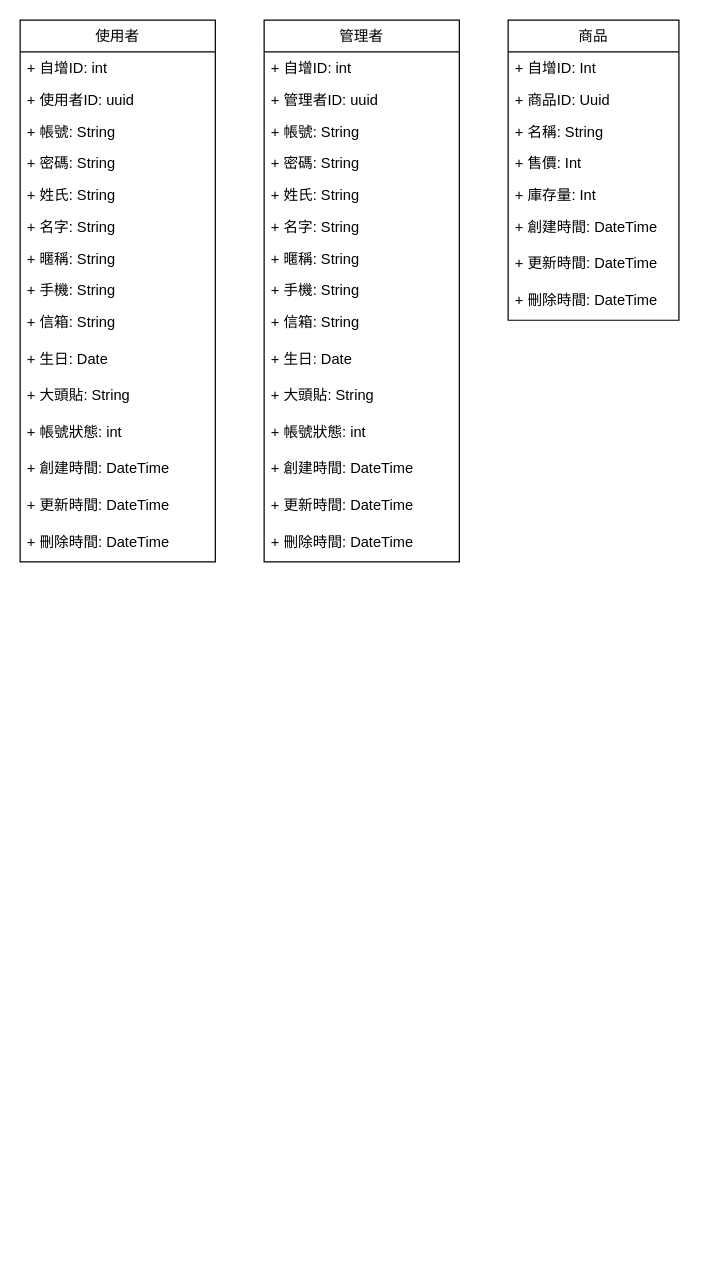
Before: Document/AK49.drawio in kurt6783/AK49-Shop, a draw.io diagram. Source tidied: cells renumbered, new cells numbered last; positions are measured from the earlier drawing's top-left corner, leaving out a move shared by most shapes. Both pictures are drawn from the tidied source at 122%, with x=0, y=0 at pixel (20, 20).
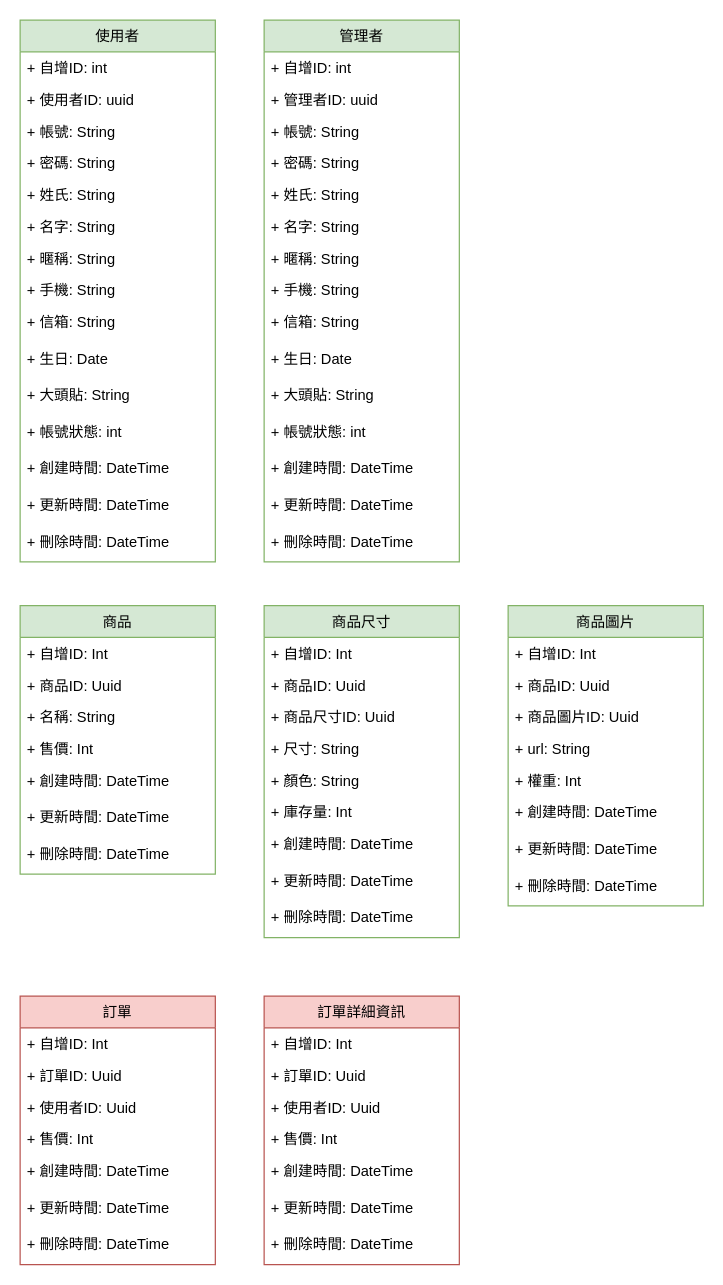
Above is the later version.

Commit message:
設計完成＝綠色 設計未完成＝紅色 設計有疑慮需討論＝黃色

Diff of the diagram source:
```diff
@@
-    <mxCell id="2" value="使用者" style="swimlane;fontStyle=0;horizontal=1;startSize=26;fillColor=none;" parent="1" vertex="1">
+    <mxCell id="2" value="使用者" style="swimlane;fontStyle=0;horizontal=1;startSize=26;fillColor=#d5e8d4;strokeColor=#82b366;" parent="1" vertex="1">
       <mxGeometry width="160" height="444" as="geometry" />
     </mxCell>
@@
-    <mxCell id="18" value="商品" style="swimlane;fontStyle=0;horizontal=1;startSize=26;fillColor=none;" parent="1" vertex="1">
-      <mxGeometry x="400" width="140" height="246" as="geometry" />
+    <mxCell id="18" value="商品" style="swimlane;fontStyle=0;horizontal=1;startSize=26;fillColor=#d5e8d4;strokeColor=#82b366;" parent="1" vertex="1">
+      <mxGeometry y="480" width="160" height="220" as="geometry" />
     </mxCell>
     <mxCell id="19" value="+ 自增ID: Int" style="text;strokeColor=none;fillColor=none;align=left;verticalAlign=top;spacingLeft=4;spacingRight=4;overflow=hidden;" parent="18" vertex="1">
-      <mxGeometry y="26" width="140" height="26" as="geometry" />
+      <mxGeometry y="26" width="160" height="26" as="geometry" />
     </mxCell>
     <mxCell id="20" value="+ 商品ID: Uuid" style="text;strokeColor=none;fillColor=none;align=left;verticalAlign=top;spacingLeft=4;spacingRight=4;overflow=hidden;" parent="18" vertex="1">
-      <mxGeometry y="52" width="140" height="26" as="geometry" />
+      <mxGeometry y="52" width="160" height="26" as="geometry" />
     </mxCell>
     <mxCell id="21" value="+ 名稱: String" style="text;strokeColor=none;fillColor=none;align=left;verticalAlign=top;spacingLeft=4;spacingRight=4;overflow=hidden;" parent="18" vertex="1">
-      <mxGeometry y="78" width="140" height="26" as="geometry" />
+      <mxGeometry y="78" width="160" height="26" as="geometry" />
     </mxCell>
     <mxCell id="22" value="+ 售價: Int" style="text;strokeColor=none;fillColor=none;align=left;verticalAlign=top;spacingLeft=4;spacingRight=4;overflow=hidden;" parent="18" vertex="1">
-      <mxGeometry y="104" width="140" height="26" as="geometry" />
+      <mxGeometry y="104" width="160" height="26" as="geometry" />
     </mxCell>
-    <mxCell id="23" value="+ 庫存量: Int" style="text;strokeColor=none;fillColor=none;align=left;verticalAlign=top;spacingLeft=4;spacingRight=4;overflow=hidden;" parent="18" vertex="1">
-      <mxGeometry y="130" width="140" height="26" as="geometry" />
-    </mxCell>
     <mxCell id="24" value="+ 創建時間: DateTime" style="text;strokeColor=none;fillColor=none;align=left;verticalAlign=top;spacingLeft=4;spacingRight=4;overflow=hidden;" parent="18" vertex="1">
-      <mxGeometry y="156" width="140" height="30" as="geometry" />
+      <mxGeometry y="130" width="160" height="30" as="geometry" />
     </mxCell>
     <mxCell id="25" value="+ 更新時間: DateTime" style="text;strokeColor=none;fillColor=none;align=left;verticalAlign=top;spacingLeft=4;spacingRight=4;overflow=hidden;" parent="18" vertex="1">
-      <mxGeometry y="186" width="140" height="30" as="geometry" />
+      <mxGeometry y="160" width="160" height="30" as="geometry" />
     </mxCell>
     <mxCell id="26" value="+ 刪除時間: DateTime" style="text;strokeColor=none;fillColor=none;align=left;verticalAlign=top;spacingLeft=4;spacingRight=4;overflow=hidden;" parent="18" vertex="1">
-      <mxGeometry y="216" width="140" height="30" as="geometry" />
+      <mxGeometry y="190" width="160" height="30" as="geometry" />
     </mxCell>
-    <mxCell id="27" value="管理者" style="swimlane;fontStyle=0;horizontal=1;startSize=26;fillColor=none;" parent="1" vertex="1">
+    <mxCell id="27" value="管理者" style="swimlane;fontStyle=0;horizontal=1;startSize=26;fillColor=#d5e8d4;strokeColor=#82b366;" parent="1" vertex="1">
       <mxGeometry x="200" width="160" height="444" as="geometry" />
     </mxCell>
@@
+    <mxCell id="43" value="商品尺寸" style="swimlane;fontStyle=0;horizontal=1;startSize=26;fillColor=#d5e8d4;strokeColor=#82b366;" parent="1" vertex="1">
+      <mxGeometry x="200" y="480" width="160" height="272" as="geometry" />
+    </mxCell>
+    <mxCell id="44" value="+ 自增ID: Int" style="text;strokeColor=none;fillColor=none;align=left;verticalAlign=top;spacingLeft=4;spacingRight=4;overflow=hidden;" parent="43" vertex="1">
+      <mxGeometry y="26" width="160" height="26" as="geometry" />
+    </mxCell>
+    <mxCell id="45" value="+ 商品ID: Uuid" style="text;strokeColor=none;fillColor=none;align=left;verticalAlign=top;spacingLeft=4;spacingRight=4;overflow=hidden;" parent="43" vertex="1">
+      <mxGeometry y="52" width="160" height="26" as="geometry" />
+    </mxCell>
+    <mxCell id="46" value="+ 商品尺寸ID: Uuid" style="text;strokeColor=none;fillColor=none;align=left;verticalAlign=top;spacingLeft=4;spacingRight=4;overflow=hidden;" parent="43" vertex="1">
+      <mxGeometry y="78" width="160" height="26" as="geometry" />
+    </mxCell>
+    <mxCell id="47" value="+ 尺寸: String" style="text;strokeColor=none;fillColor=none;align=left;verticalAlign=top;spacingLeft=4;spacingRight=4;overflow=hidden;" parent="43" vertex="1">
+      <mxGeometry y="104" width="160" height="26" as="geometry" />
+    </mxCell>
+    <mxCell id="48" value="+ 顏色: String" style="text;strokeColor=none;fillColor=none;align=left;verticalAlign=top;spacingLeft=4;spacingRight=4;overflow=hidden;" parent="43" vertex="1">
+      <mxGeometry y="130" width="160" height="26" as="geometry" />
+    </mxCell>
+    <mxCell id="23" value="+ 庫存量: Int" style="text;strokeColor=none;fillColor=none;align=left;verticalAlign=top;spacingLeft=4;spacingRight=4;overflow=hidden;" parent="43" vertex="1">
+      <mxGeometry y="156" width="160" height="26" as="geometry" />
+    </mxCell>
+    <mxCell id="49" value="+ 創建時間: DateTime" style="text;strokeColor=none;fillColor=none;align=left;verticalAlign=top;spacingLeft=4;spacingRight=4;overflow=hidden;" parent="43" vertex="1">
+      <mxGeometry y="182" width="160" height="30" as="geometry" />
+    </mxCell>
+    <mxCell id="50" value="+ 更新時間: DateTime" style="text;strokeColor=none;fillColor=none;align=left;verticalAlign=top;spacingLeft=4;spacingRight=4;overflow=hidden;" parent="43" vertex="1">
+      <mxGeometry y="212" width="160" height="30" as="geometry" />
+    </mxCell>
+    <mxCell id="51" value="+ 刪除時間: DateTime" style="text;strokeColor=none;fillColor=none;align=left;verticalAlign=top;spacingLeft=4;spacingRight=4;overflow=hidden;" parent="43" vertex="1">
+      <mxGeometry y="242" width="160" height="30" as="geometry" />
+    </mxCell>
+    <mxCell id="52" value="商品圖片" style="swimlane;fontStyle=0;horizontal=1;startSize=26;fillColor=#d5e8d4;strokeColor=#82b366;" parent="1" vertex="1">
+      <mxGeometry x="400" y="480" width="160" height="246" as="geometry" />
+    </mxCell>
+    <mxCell id="53" value="+ 自增ID: Int" style="text;strokeColor=none;fillColor=none;align=left;verticalAlign=top;spacingLeft=4;spacingRight=4;overflow=hidden;" parent="52" vertex="1">
+      <mxGeometry y="26" width="160" height="26" as="geometry" />
+    </mxCell>
+    <mxCell id="54" value="+ 商品ID: Uuid" style="text;strokeColor=none;fillColor=none;align=left;verticalAlign=top;spacingLeft=4;spacingRight=4;overflow=hidden;" parent="52" vertex="1">
+      <mxGeometry y="52" width="160" height="26" as="geometry" />
+    </mxCell>
+    <mxCell id="55" value="+ 商品圖片ID: Uuid" style="text;strokeColor=none;fillColor=none;align=left;verticalAlign=top;spacingLeft=4;spacingRight=4;overflow=hidden;" parent="52" vertex="1">
+      <mxGeometry y="78" width="160" height="26" as="geometry" />
+    </mxCell>
+    <mxCell id="56" value="+ url: String" style="text;strokeColor=none;fillColor=none;align=left;verticalAlign=top;spacingLeft=4;spacingRight=4;overflow=hidden;" parent="52" vertex="1">
+      <mxGeometry y="104" width="160" height="26" as="geometry" />
+    </mxCell>
+    <mxCell id="57" value="+ 權重: Int" style="text;strokeColor=none;fillColor=none;align=left;verticalAlign=top;spacingLeft=4;spacingRight=4;overflow=hidden;" parent="52" vertex="1">
+      <mxGeometry y="130" width="160" height="26" as="geometry" />
+    </mxCell>
+    <mxCell id="58" value="+ 創建時間: DateTime" style="text;strokeColor=none;fillColor=none;align=left;verticalAlign=top;spacingLeft=4;spacingRight=4;overflow=hidden;" parent="52" vertex="1">
+      <mxGeometry y="156" width="160" height="30" as="geometry" />
+    </mxCell>
+    <mxCell id="59" value="+ 更新時間: DateTime" style="text;strokeColor=none;fillColor=none;align=left;verticalAlign=top;spacingLeft=4;spacingRight=4;overflow=hidden;" parent="52" vertex="1">
+      <mxGeometry y="186" width="160" height="30" as="geometry" />
+    </mxCell>
+    <mxCell id="60" value="+ 刪除時間: DateTime" style="text;strokeColor=none;fillColor=none;align=left;verticalAlign=top;spacingLeft=4;spacingRight=4;overflow=hidden;" parent="52" vertex="1">
+      <mxGeometry y="216" width="160" height="30" as="geometry" />
+    </mxCell>
+    <mxCell id="61" value="訂單" style="swimlane;fontStyle=0;horizontal=1;startSize=26;fillColor=#f8cecc;strokeColor=#b85450;" parent="1" vertex="1">
+      <mxGeometry y="800" width="160" height="220" as="geometry" />
+    </mxCell>
+    <mxCell id="62" value="+ 自增ID: Int" style="text;strokeColor=none;fillColor=none;align=left;verticalAlign=top;spacingLeft=4;spacingRight=4;overflow=hidden;" parent="61" vertex="1">
+      <mxGeometry y="26" width="160" height="26" as="geometry" />
+    </mxCell>
+    <mxCell id="63" value="+ 訂單ID: Uuid" style="text;strokeColor=none;fillColor=none;align=left;verticalAlign=top;spacingLeft=4;spacingRight=4;overflow=hidden;" parent="61" vertex="1">
+      <mxGeometry y="52" width="160" height="26" as="geometry" />
+    </mxCell>
+    <mxCell id="64" value="+ 使用者ID: Uuid" style="text;strokeColor=none;fillColor=none;align=left;verticalAlign=top;spacingLeft=4;spacingRight=4;overflow=hidden;" parent="61" vertex="1">
+      <mxGeometry y="78" width="160" height="26" as="geometry" />
+    </mxCell>
+    <mxCell id="65" value="+ 售價: Int" style="text;strokeColor=none;fillColor=none;align=left;verticalAlign=top;spacingLeft=4;spacingRight=4;overflow=hidden;" parent="61" vertex="1">
+      <mxGeometry y="104" width="160" height="26" as="geometry" />
+    </mxCell>
+    <mxCell id="66" value="+ 創建時間: DateTime" style="text;strokeColor=none;fillColor=none;align=left;verticalAlign=top;spacingLeft=4;spacingRight=4;overflow=hidden;" parent="61" vertex="1">
+      <mxGeometry y="130" width="160" height="30" as="geometry" />
+    </mxCell>
+    <mxCell id="67" value="+ 更新時間: DateTime" style="text;strokeColor=none;fillColor=none;align=left;verticalAlign=top;spacingLeft=4;spacingRight=4;overflow=hidden;" parent="61" vertex="1">
+      <mxGeometry y="160" width="160" height="30" as="geometry" />
+    </mxCell>
+    <mxCell id="68" value="+ 刪除時間: DateTime" style="text;strokeColor=none;fillColor=none;align=left;verticalAlign=top;spacingLeft=4;spacingRight=4;overflow=hidden;" parent="61" vertex="1">
+      <mxGeometry y="190" width="160" height="30" as="geometry" />
+    </mxCell>
+    <mxCell id="69" value="訂單詳細資訊" style="swimlane;fontStyle=0;horizontal=1;startSize=26;fillColor=#f8cecc;strokeColor=#b85450;" parent="1" vertex="1">
+      <mxGeometry x="200" y="800" width="160" height="220" as="geometry" />
+    </mxCell>
+    <mxCell id="70" value="+ 自增ID: Int" style="text;strokeColor=none;fillColor=none;align=left;verticalAlign=top;spacingLeft=4;spacingRight=4;overflow=hidden;" parent="69" vertex="1">
+      <mxGeometry y="26" width="160" height="26" as="geometry" />
+    </mxCell>
+    <mxCell id="71" value="+ 訂單ID: Uuid" style="text;strokeColor=none;fillColor=none;align=left;verticalAlign=top;spacingLeft=4;spacingRight=4;overflow=hidden;" parent="69" vertex="1">
+      <mxGeometry y="52" width="160" height="26" as="geometry" />
+    </mxCell>
+    <mxCell id="72" value="+ 使用者ID: Uuid" style="text;strokeColor=none;fillColor=none;align=left;verticalAlign=top;spacingLeft=4;spacingRight=4;overflow=hidden;" parent="69" vertex="1">
+      <mxGeometry y="78" width="160" height="26" as="geometry" />
+    </mxCell>
+    <mxCell id="73" value="+ 售價: Int" style="text;strokeColor=none;fillColor=none;align=left;verticalAlign=top;spacingLeft=4;spacingRight=4;overflow=hidden;" parent="69" vertex="1">
+      <mxGeometry y="104" width="160" height="26" as="geometry" />
+    </mxCell>
+    <mxCell id="74" value="+ 創建時間: DateTime" style="text;strokeColor=none;fillColor=none;align=left;verticalAlign=top;spacingLeft=4;spacingRight=4;overflow=hidden;" parent="69" vertex="1">
+      <mxGeometry y="130" width="160" height="30" as="geometry" />
+    </mxCell>
+    <mxCell id="75" value="+ 更新時間: DateTime" style="text;strokeColor=none;fillColor=none;align=left;verticalAlign=top;spacingLeft=4;spacingRight=4;overflow=hidden;" parent="69" vertex="1">
+      <mxGeometry y="160" width="160" height="30" as="geometry" />
+    </mxCell>
+    <mxCell id="76" value="+ 刪除時間: DateTime" style="text;strokeColor=none;fillColor=none;align=left;verticalAlign=top;spacingLeft=4;spacingRight=4;overflow=hidden;" parent="69" vertex="1">
+      <mxGeometry y="190" width="160" height="30" as="geometry" />
+    </mxCell>
```
